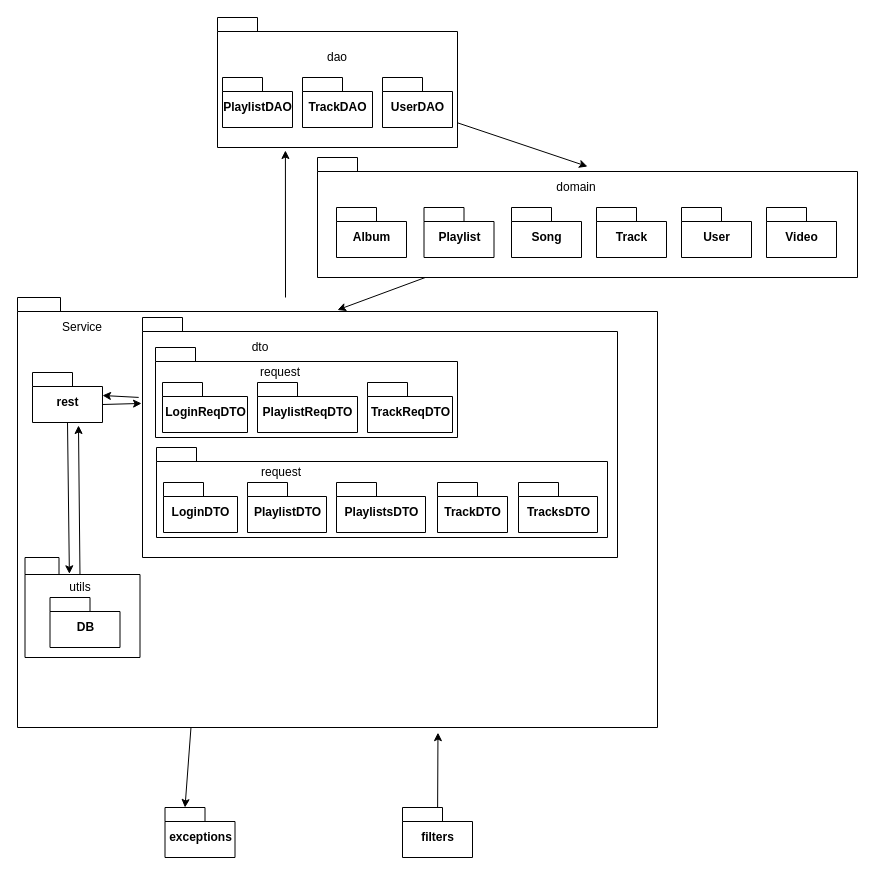
Earlier version of the draw.io diagram Docs/diagrams/package.drawio (lthoedt/spotitube). Source tidied: cells renumbered, new cells numbered last; positions are measured from the earlier drawing's top-left corner, leaving out a move shared by most shapes. Both pictures are drawn from the tidied source at 100%, with x=0, y=0 at pixel (17, 17).
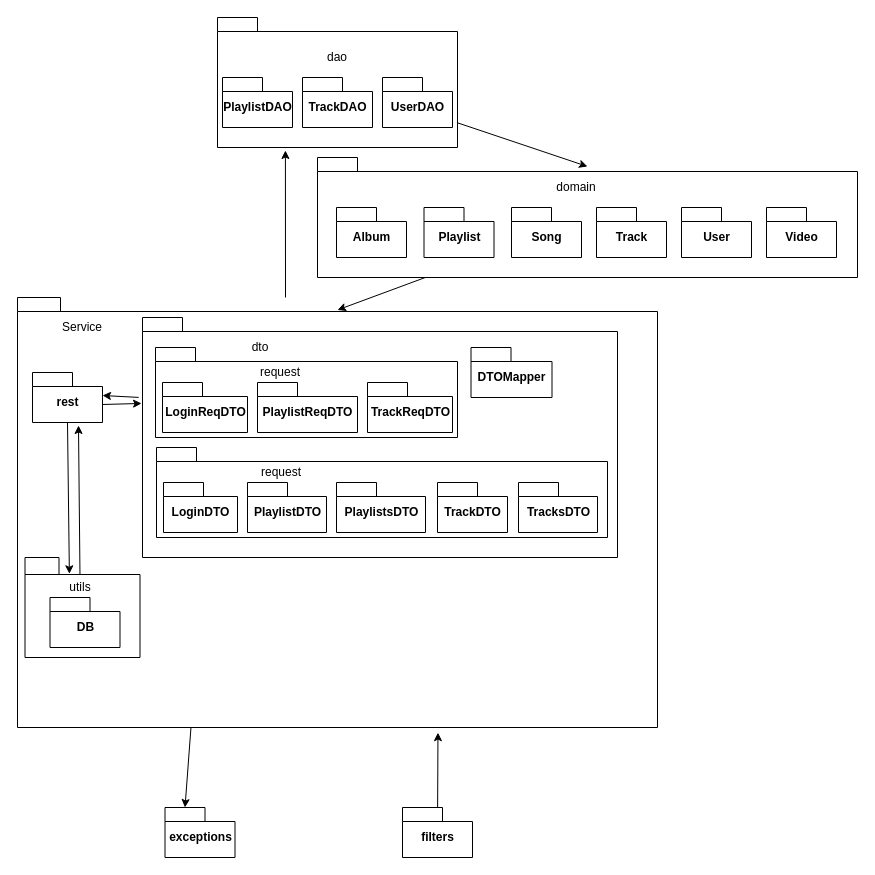
The same page after the edit.

The edit, as a diff of the source:
```diff
@@
+    <mxCell id="46" value="DTOMapper" style="shape=folder;fontStyle=1;spacingTop=10;tabWidth=40;tabHeight=14;tabPosition=left;html=1;" parent="1" vertex="1">
+      <mxGeometry x="453.5" y="330" width="81" height="50" as="geometry" />
+    </mxCell>
```
